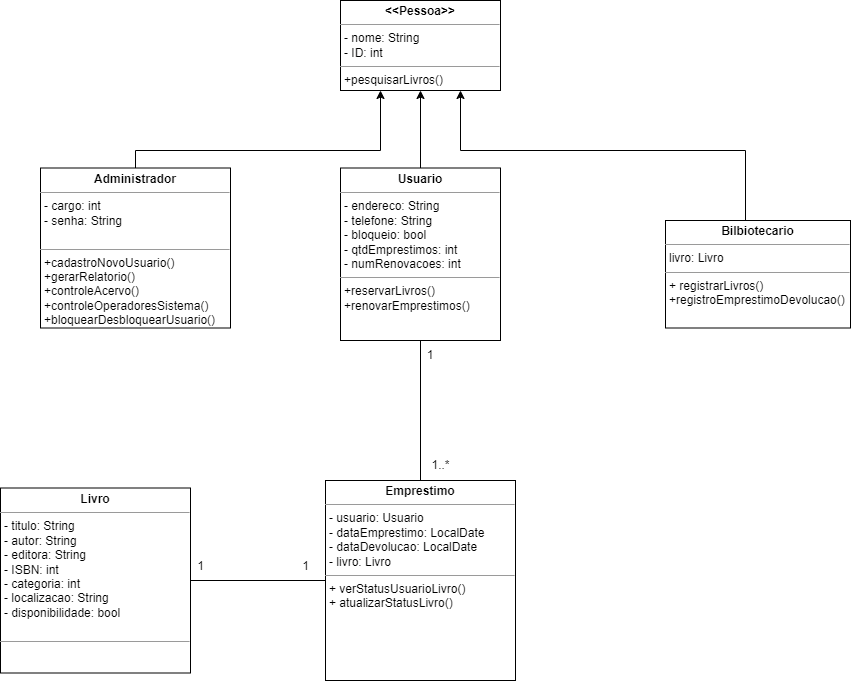
Earlier version of the draw.io export diagrama_de_classes.drawio.png (eugabrielbr/sistema-de-biblioteca). Source tidied: cells renumbered, new cells last; positions are measured from the earlier drawing's top-left corner, leaving out a move shared by most shapes.
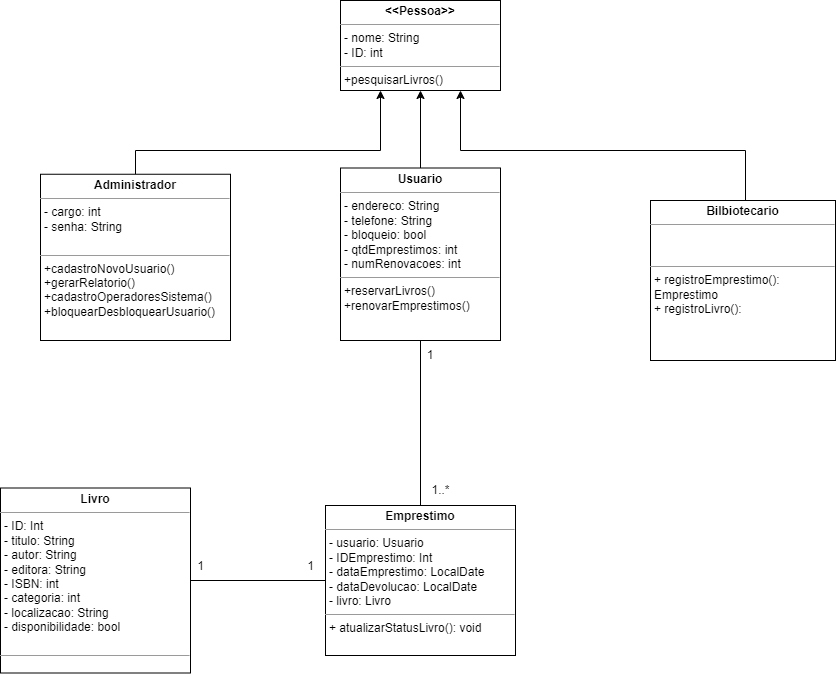
The same diagram one commit later.

Commit message:
:books: Atualização do diagrama

What changed in the source:
```diff
@@ -10,8 +10,8 @@
         </Array>
       </mxGeometry>
     </mxCell>
-    <mxCell id="3" value="&lt;p style=&quot;margin:0px;margin-top:4px;text-align:center;&quot;&gt;&lt;b&gt;Bilbiotecario&lt;/b&gt;&lt;/p&gt;&lt;hr size=&quot;1&quot;&gt;&lt;p style=&quot;margin:0px;margin-left:4px;&quot;&gt;livro: Livro&lt;/p&gt;&lt;hr size=&quot;1&quot;&gt;&lt;p style=&quot;margin:0px;margin-left:4px;&quot;&gt;+ registrarLivros()&amp;nbsp;&lt;/p&gt;&lt;p style=&quot;margin:0px;margin-left:4px;&quot;&gt;+registroEmprestimoDevolucao()&lt;/p&gt;&lt;p style=&quot;margin:0px;margin-left:4px;&quot;&gt;&lt;br&gt;&lt;/p&gt;&lt;p style=&quot;margin:0px;margin-left:4px;&quot;&gt;&lt;br&gt;&lt;/p&gt;" style="verticalAlign=top;align=left;overflow=fill;fontSize=12;fontFamily=Helvetica;html=1;whiteSpace=wrap;" parent="1" vertex="1">
-      <mxGeometry x="665" y="220" width="185" height="107.5" as="geometry" />
+    <mxCell id="3" value="&lt;p style=&quot;margin:0px;margin-top:4px;text-align:center;&quot;&gt;&lt;b&gt;Bilbiotecario&lt;/b&gt;&lt;/p&gt;&lt;hr size=&quot;1&quot;&gt;&lt;p style=&quot;margin:0px;margin-left:4px;&quot;&gt;&lt;br&gt;&lt;/p&gt;&lt;p style=&quot;margin:0px;margin-left:4px;&quot;&gt;&lt;br&gt;&lt;/p&gt;&lt;hr size=&quot;1&quot;&gt;&lt;p style=&quot;margin:0px;margin-left:4px;&quot;&gt;+ registroEmprestimo(): Emprestimo&lt;/p&gt;&lt;p style=&quot;margin:0px;margin-left:4px;&quot;&gt;+ registroLivro():&lt;/p&gt;&lt;p style=&quot;margin:0px;margin-left:4px;&quot;&gt;&lt;br&gt;&lt;/p&gt;&lt;p style=&quot;margin:0px;margin-left:4px;&quot;&gt;&lt;br&gt;&lt;/p&gt;&lt;p style=&quot;margin:0px;margin-left:4px;&quot;&gt;&lt;br&gt;&lt;/p&gt;&lt;p style=&quot;margin:0px;margin-left:4px;&quot;&gt;&lt;br&gt;&lt;/p&gt;" style="verticalAlign=top;align=left;overflow=fill;fontSize=12;fontFamily=Helvetica;html=1;whiteSpace=wrap;" parent="1" vertex="1">
+      <mxGeometry x="650" y="200" width="185" height="160" as="geometry" />
     </mxCell>
     <mxCell id="4" style="edgeStyle=orthogonalEdgeStyle;rounded=0;jettySize=auto;html=1;entryX=0.25;entryY=1;entryDx=0;entryDy=0;" parent="1" edge="1" source="5" target="7">
       <mxGeometry relative="1" as="geometry">
@@ -21,11 +21,11 @@
         </Array>
       </mxGeometry>
     </mxCell>
-    <mxCell id="5" value="&lt;p style=&quot;margin:0px;margin-top:4px;text-align:center;&quot;&gt;&lt;b&gt;Administrador&lt;/b&gt;&lt;/p&gt;&lt;hr size=&quot;1&quot;&gt;&lt;p style=&quot;margin:0px;margin-left:4px;&quot;&gt;- cargo: int&lt;/p&gt;&lt;p style=&quot;margin:0px;margin-left:4px;&quot;&gt;- senha: String&lt;/p&gt;&lt;p style=&quot;margin:0px;margin-left:4px;&quot;&gt;&lt;br&gt;&lt;/p&gt;&lt;hr size=&quot;1&quot;&gt;&lt;p style=&quot;margin:0px;margin-left:4px;&quot;&gt;+cadastroNovoUsuario()&lt;/p&gt;&lt;p style=&quot;margin:0px;margin-left:4px;&quot;&gt;+gerarRelatorio()&lt;/p&gt;&lt;p style=&quot;margin:0px;margin-left:4px;&quot;&gt;+controleAcervo()&lt;/p&gt;&lt;p style=&quot;margin:0px;margin-left:4px;&quot;&gt;+controleOperadoresSistema()&lt;/p&gt;&lt;p style=&quot;margin:0px;margin-left:4px;&quot;&gt;+bloquearDesbloquearUsuario()&lt;/p&gt;&lt;p style=&quot;margin:0px;margin-left:4px;&quot;&gt;&lt;br&gt;&lt;/p&gt;" style="verticalAlign=top;align=left;overflow=fill;fontSize=12;fontFamily=Helvetica;html=1;whiteSpace=wrap;" parent="1" vertex="1">
-      <mxGeometry x="40" y="167.5" width="190" height="160" as="geometry" />
+    <mxCell id="5" value="&lt;p style=&quot;margin:0px;margin-top:4px;text-align:center;&quot;&gt;&lt;b&gt;Administrador&lt;/b&gt;&lt;/p&gt;&lt;hr size=&quot;1&quot;&gt;&lt;p style=&quot;margin:0px;margin-left:4px;&quot;&gt;&lt;span style=&quot;background-color: initial;&quot;&gt;- cargo: int&lt;/span&gt;&lt;br&gt;&lt;/p&gt;&lt;p style=&quot;margin:0px;margin-left:4px;&quot;&gt;- senha: String&lt;/p&gt;&lt;p style=&quot;margin:0px;margin-left:4px;&quot;&gt;&lt;br&gt;&lt;/p&gt;&lt;hr size=&quot;1&quot;&gt;&lt;p style=&quot;margin:0px;margin-left:4px;&quot;&gt;+cadastroNovoUsuario()&lt;/p&gt;&lt;p style=&quot;margin:0px;margin-left:4px;&quot;&gt;+gerarRelatorio()&lt;/p&gt;&lt;p style=&quot;margin:0px;margin-left:4px;&quot;&gt;&lt;span style=&quot;background-color: initial;&quot;&gt;+cadastroOperadoresSistema()&lt;/span&gt;&lt;br&gt;&lt;/p&gt;&lt;p style=&quot;margin:0px;margin-left:4px;&quot;&gt;+bloquearDesbloquearUsuario()&lt;/p&gt;&lt;p style=&quot;margin:0px;margin-left:4px;&quot;&gt;&lt;br&gt;&lt;/p&gt;" style="verticalAlign=top;align=left;overflow=fill;fontSize=12;fontFamily=Helvetica;html=1;whiteSpace=wrap;" parent="1" vertex="1">
+      <mxGeometry x="40" y="173.8" width="190" height="166.2" as="geometry" />
     </mxCell>
-    <mxCell id="6" value="&lt;p style=&quot;margin:0px;margin-top:4px;text-align:center;&quot;&gt;&lt;b&gt;Emprestimo&lt;/b&gt;&lt;/p&gt;&lt;hr size=&quot;1&quot;&gt;&lt;p style=&quot;margin:0px;margin-left:4px;&quot;&gt;&lt;span style=&quot;background-color: initial;&quot;&gt;- usuario: Usuario&lt;/span&gt;&lt;br&gt;&lt;/p&gt;&lt;p style=&quot;margin:0px;margin-left:4px;&quot;&gt;- dataEmprestimo: LocalDate&lt;/p&gt;&lt;p style=&quot;margin:0px;margin-left:4px;&quot;&gt;- dataDevolucao: LocalDate&lt;/p&gt;&lt;p style=&quot;margin:0px;margin-left:4px;&quot;&gt;- livro: Livro&lt;/p&gt;&lt;hr size=&quot;1&quot;&gt;&lt;p style=&quot;margin:0px;margin-left:4px;&quot;&gt;&lt;span style=&quot;background-color: initial;&quot;&gt;+ verStatusUsuarioLivro()&lt;/span&gt;&lt;/p&gt;&lt;p style=&quot;margin:0px;margin-left:4px;&quot;&gt;+ atualizarStatusLivro()&lt;/p&gt;&lt;p style=&quot;margin:0px;margin-left:4px;&quot;&gt;&lt;br&gt;&lt;/p&gt;" style="verticalAlign=top;align=left;overflow=fill;fontSize=12;fontFamily=Helvetica;html=1;whiteSpace=wrap;" parent="1" vertex="1">
-      <mxGeometry x="325" y="480" width="190" height="200" as="geometry" />
+    <mxCell id="6" value="&lt;p style=&quot;margin:0px;margin-top:4px;text-align:center;&quot;&gt;&lt;b&gt;Emprestimo&lt;/b&gt;&lt;/p&gt;&lt;hr size=&quot;1&quot;&gt;&lt;p style=&quot;margin:0px;margin-left:4px;&quot;&gt;&lt;span style=&quot;background-color: initial;&quot;&gt;- usuario: Usuario&lt;/span&gt;&lt;/p&gt;&lt;p style=&quot;margin:0px;margin-left:4px;&quot;&gt;- IDEmprestimo: Int&lt;/p&gt;&lt;p style=&quot;margin:0px;margin-left:4px;&quot;&gt;- dataEmprestimo: LocalDate&lt;/p&gt;&lt;p style=&quot;margin:0px;margin-left:4px;&quot;&gt;- dataDevolucao: LocalDate&lt;/p&gt;&lt;p style=&quot;margin:0px;margin-left:4px;&quot;&gt;- livro: Livro&lt;/p&gt;&lt;hr size=&quot;1&quot;&gt;&lt;p style=&quot;margin:0px;margin-left:4px;&quot;&gt;&lt;span style=&quot;background-color: initial;&quot;&gt;+ atualizarStatusLivro(): void&lt;/span&gt;&lt;/p&gt;&lt;p style=&quot;margin:0px;margin-left:4px;&quot;&gt;&lt;br&gt;&lt;/p&gt;" style="verticalAlign=top;align=left;overflow=fill;fontSize=12;fontFamily=Helvetica;html=1;whiteSpace=wrap;" parent="1" vertex="1">
+      <mxGeometry x="325" y="505" width="190" height="150" as="geometry" />
     </mxCell>
     <mxCell id="7" value="&lt;p style=&quot;margin: 4px 0px 0px; text-align: center;&quot;&gt;&lt;b&gt;&amp;lt;&amp;lt;Pessoa&amp;gt;&amp;gt;&lt;/b&gt;&lt;/p&gt;&lt;hr size=&quot;1&quot;&gt;&lt;p style=&quot;margin:0px;margin-left:4px;&quot;&gt;- nome: String&lt;/p&gt;&lt;p style=&quot;margin:0px;margin-left:4px;&quot;&gt;- ID: int&lt;/p&gt;&lt;hr size=&quot;1&quot;&gt;&lt;p style=&quot;border-color: var(--border-color); margin: 0px 0px 0px 4px;&quot;&gt;+pesquisarLivros()&lt;br&gt;&lt;/p&gt;" style="verticalAlign=top;align=left;overflow=fill;fontSize=12;fontFamily=Helvetica;html=1;whiteSpace=wrap;" parent="1" vertex="1">
       <mxGeometry x="340" width="160" height="90" as="geometry" />
@@ -33,17 +33,17 @@
     <mxCell id="8" style="edgeStyle=orthogonalEdgeStyle;rounded=0;jettySize=auto;html=1;entryX=0.5;entryY=1;entryDx=0;entryDy=0;" parent="1" edge="1" source="9" target="7">
       <mxGeometry relative="1" as="geometry" />
     </mxCell>
-    <mxCell id="9" value="&lt;p style=&quot;margin: 4px 0px 0px; text-align: center;&quot;&gt;&lt;b&gt;Usuario&lt;/b&gt;&lt;/p&gt;&lt;hr size=&quot;1&quot;&gt;&lt;p style=&quot;margin:0px;margin-left:4px;&quot;&gt;&lt;span style=&quot;background-color: initial;&quot;&gt;- endereco: String&lt;/span&gt;&lt;br&gt;&lt;/p&gt;&lt;p style=&quot;border-color: var(--border-color); margin: 0px 0px 0px 4px;&quot;&gt;- telefone: String&lt;br style=&quot;border-color: var(--border-color);&quot;&gt;&lt;/p&gt;&lt;p style=&quot;border-color: var(--border-color); margin: 0px 0px 0px 4px;&quot;&gt;- bloqueio: bool&lt;/p&gt;&lt;p style=&quot;border-color: var(--border-color); margin: 0px 0px 0px 4px;&quot;&gt;- qtdEmprestimos: int&lt;/p&gt;&lt;p style=&quot;border-color: var(--border-color); margin: 0px 0px 0px 4px;&quot;&gt;- numRenovacoes: int&lt;/p&gt;&lt;hr size=&quot;1&quot;&gt;&lt;p style=&quot;border-color: var(--border-color); margin: 0px 0px 0px 4px;&quot;&gt;&lt;span style=&quot;background-color: initial;&quot;&gt;+reservarLivros()&lt;/span&gt;&lt;br&gt;&lt;/p&gt;&lt;p style=&quot;border-color: var(--border-color); margin: 0px 0px 0px 4px;&quot;&gt;+renovarEmprestimos()&lt;/p&gt;&lt;p style=&quot;margin:0px;margin-left:4px;&quot;&gt;&lt;br&gt;&lt;/p&gt;&lt;p style=&quot;margin:0px;margin-left:4px;&quot;&gt;&lt;br&gt;&lt;/p&gt;&lt;p style=&quot;margin:0px;margin-left:4px;&quot;&gt;&lt;br&gt;&lt;/p&gt;&lt;p style=&quot;margin:0px;margin-left:4px;&quot;&gt;&lt;br&gt;&lt;/p&gt;&lt;p style=&quot;margin:0px;margin-left:4px;&quot;&gt;&lt;br&gt;&lt;/p&gt;" style="verticalAlign=top;align=left;overflow=fill;fontSize=12;fontFamily=Helvetica;html=1;whiteSpace=wrap;" parent="1" vertex="1">
+    <mxCell id="9" value="&lt;p style=&quot;margin: 4px 0px 0px; text-align: center;&quot;&gt;&lt;b&gt;Usuario&lt;/b&gt;&lt;/p&gt;&lt;hr size=&quot;1&quot;&gt;&lt;p style=&quot;margin:0px;margin-left:4px;&quot;&gt;&lt;span style=&quot;background-color: initial;&quot;&gt;- endereco: String&lt;/span&gt;&lt;/p&gt;&lt;p style=&quot;border-color: var(--border-color); margin: 0px 0px 0px 4px;&quot;&gt;- telefone: String&lt;br style=&quot;border-color: var(--border-color);&quot;&gt;&lt;/p&gt;&lt;p style=&quot;border-color: var(--border-color); margin: 0px 0px 0px 4px;&quot;&gt;- bloqueio: bool&lt;/p&gt;&lt;p style=&quot;border-color: var(--border-color); margin: 0px 0px 0px 4px;&quot;&gt;- qtdEmprestimos: int&lt;/p&gt;&lt;p style=&quot;border-color: var(--border-color); margin: 0px 0px 0px 4px;&quot;&gt;- numRenovacoes: int&lt;/p&gt;&lt;hr size=&quot;1&quot;&gt;&lt;p style=&quot;border-color: var(--border-color); margin: 0px 0px 0px 4px;&quot;&gt;&lt;span style=&quot;background-color: initial;&quot;&gt;+reservarLivros()&lt;/span&gt;&lt;br&gt;&lt;/p&gt;&lt;p style=&quot;border-color: var(--border-color); margin: 0px 0px 0px 4px;&quot;&gt;+renovarEmprestimos()&lt;/p&gt;&lt;p style=&quot;margin:0px;margin-left:4px;&quot;&gt;&lt;br&gt;&lt;/p&gt;&lt;p style=&quot;margin:0px;margin-left:4px;&quot;&gt;&lt;br&gt;&lt;/p&gt;&lt;p style=&quot;margin:0px;margin-left:4px;&quot;&gt;&lt;br&gt;&lt;/p&gt;&lt;p style=&quot;margin:0px;margin-left:4px;&quot;&gt;&lt;br&gt;&lt;/p&gt;&lt;p style=&quot;margin:0px;margin-left:4px;&quot;&gt;&lt;br&gt;&lt;/p&gt;" style="verticalAlign=top;align=left;overflow=fill;fontSize=12;fontFamily=Helvetica;html=1;whiteSpace=wrap;" parent="1" vertex="1">
       <mxGeometry x="340" y="167.5" width="160" height="172.5" as="geometry" />
     </mxCell>
-    <mxCell id="10" value="&lt;p style=&quot;margin:0px;margin-top:4px;text-align:center;&quot;&gt;&lt;b&gt;Livro&lt;/b&gt;&lt;/p&gt;&lt;hr size=&quot;1&quot;&gt;&lt;p style=&quot;margin:0px;margin-left:4px;&quot;&gt;- titulo: String&lt;/p&gt;&lt;p style=&quot;margin:0px;margin-left:4px;&quot;&gt;- autor: String&lt;/p&gt;&lt;p style=&quot;margin:0px;margin-left:4px;&quot;&gt;- editora: String&lt;/p&gt;&lt;p style=&quot;margin:0px;margin-left:4px;&quot;&gt;- ISBN: int&lt;/p&gt;&lt;p style=&quot;margin:0px;margin-left:4px;&quot;&gt;- categoria: int&lt;/p&gt;&lt;p style=&quot;margin:0px;margin-left:4px;&quot;&gt;- localizacao: String&lt;/p&gt;&lt;p style=&quot;margin:0px;margin-left:4px;&quot;&gt;- disponibilidade: bool&lt;/p&gt;&lt;p style=&quot;margin:0px;margin-left:4px;&quot;&gt;&lt;br&gt;&lt;/p&gt;&lt;hr size=&quot;1&quot;&gt;&lt;p style=&quot;margin:0px;margin-left:4px;&quot;&gt;&lt;br&gt;&lt;/p&gt;" style="verticalAlign=top;align=left;overflow=fill;fontSize=12;fontFamily=Helvetica;html=1;whiteSpace=wrap;" parent="1" vertex="1">
+    <mxCell id="10" value="&lt;p style=&quot;margin:0px;margin-top:4px;text-align:center;&quot;&gt;&lt;b&gt;Livro&lt;/b&gt;&lt;/p&gt;&lt;hr size=&quot;1&quot;&gt;&lt;p style=&quot;margin:0px;margin-left:4px;&quot;&gt;- ID: Int&lt;/p&gt;&lt;p style=&quot;margin:0px;margin-left:4px;&quot;&gt;- titulo: String&lt;/p&gt;&lt;p style=&quot;margin:0px;margin-left:4px;&quot;&gt;- autor: String&lt;/p&gt;&lt;p style=&quot;margin:0px;margin-left:4px;&quot;&gt;- editora: String&lt;/p&gt;&lt;p style=&quot;margin:0px;margin-left:4px;&quot;&gt;- ISBN: int&lt;/p&gt;&lt;p style=&quot;margin:0px;margin-left:4px;&quot;&gt;- categoria: int&lt;/p&gt;&lt;p style=&quot;margin:0px;margin-left:4px;&quot;&gt;- localizacao: String&lt;/p&gt;&lt;p style=&quot;margin:0px;margin-left:4px;&quot;&gt;- disponibilidade: bool&lt;/p&gt;&lt;p style=&quot;margin:0px;margin-left:4px;&quot;&gt;&lt;br&gt;&lt;/p&gt;&lt;hr size=&quot;1&quot;&gt;&lt;p style=&quot;margin:0px;margin-left:4px;&quot;&gt;&lt;br&gt;&lt;/p&gt;" style="verticalAlign=top;align=left;overflow=fill;fontSize=12;fontFamily=Helvetica;html=1;whiteSpace=wrap;" parent="1" vertex="1">
       <mxGeometry y="487.5" width="190" height="185" as="geometry" />
     </mxCell>
     <mxCell id="11" style="endArrow=none;html=1;rounded=0;entryX=0;entryY=0.5;entryDx=0;entryDy=0;exitX=1;exitY=0.5;exitDx=0;exitDy=0;" parent="1" edge="1" source="10" target="6">
       <mxGeometry relative="1" as="geometry" />
     </mxCell>
     <mxCell id="12" value="1" style="text;html=1;align=center;verticalAlign=middle;strokeColor=none;fillColor=none;" parent="1" vertex="1">
-      <mxGeometry x="290" y="551.2" width="30" height="30" as="geometry" />
+      <mxGeometry x="295" y="550.5" width="30" height="30" as="geometry" />
     </mxCell>
     <mxCell id="13" value="1" style="text;html=1;align=center;verticalAlign=middle;strokeColor=none;fillColor=none;" parent="1" vertex="1">
       <mxGeometry x="185" y="550.5" width="30" height="30" as="geometry" />
@@ -55,7 +55,7 @@
       <mxGeometry x="400" y="340" width="60" height="30" as="geometry" />
     </mxCell>
     <mxCell id="16" value="1..*" style="text;html=1;align=center;verticalAlign=middle;strokeColor=none;fillColor=none;" parent="1" vertex="1">
-      <mxGeometry x="420" y="450" width="40" height="30" as="geometry" />
+      <mxGeometry x="420" y="475" width="40" height="30" as="geometry" />
     </mxCell>
   </root>
 </mxGraphModel>
```
